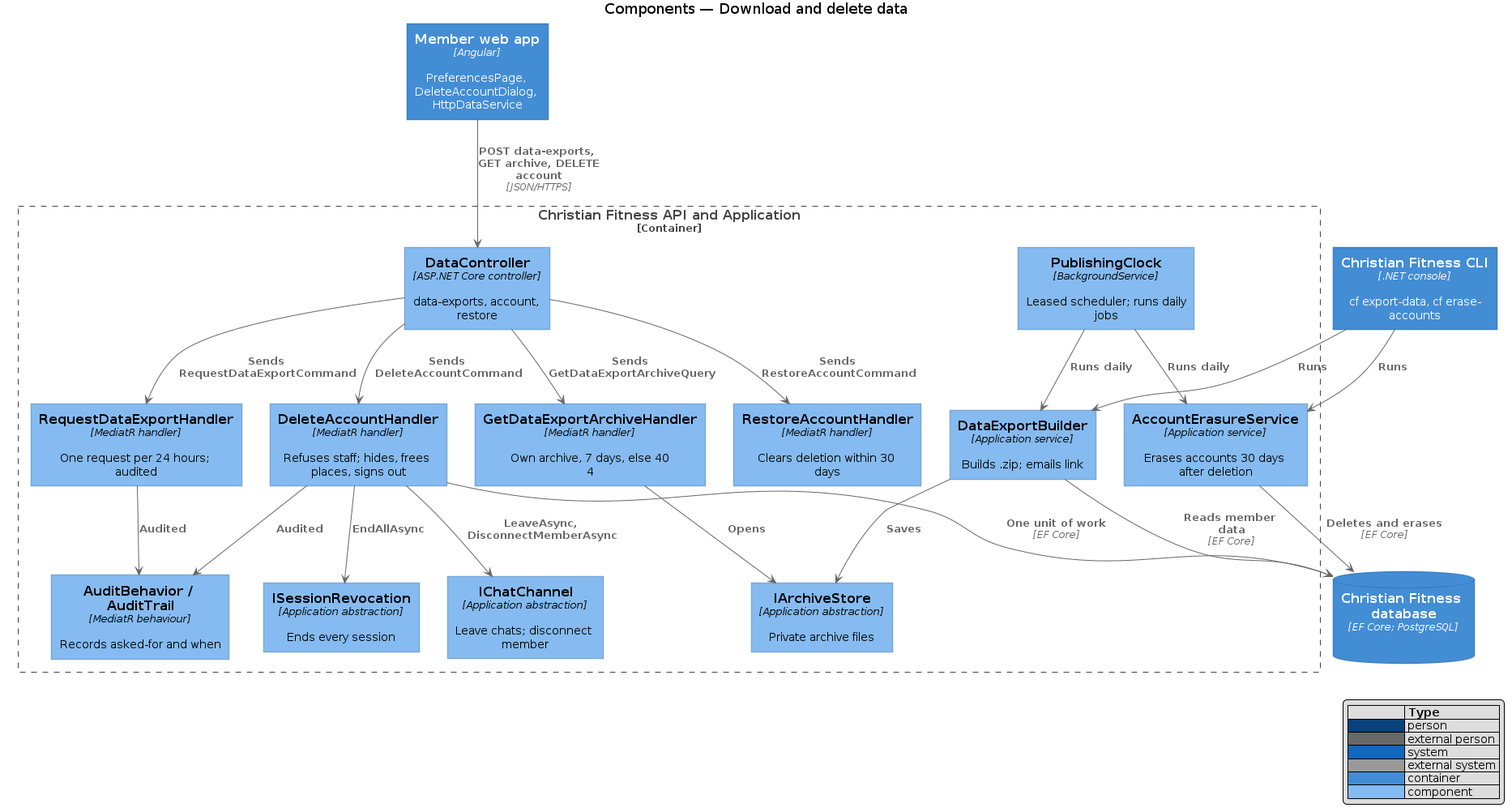
This is docs/detailed-designs/preferences/download-and-delete-data/diagrams/c4-component.png from QuinntyneBrown/christian-fitness, a PlantUML export, as it was before one commit. Its source is kept beside it as docs/detailed-designs/preferences/download-and-delete-data/diagrams/c4-component.puml. Its diagram source:
```plantuml
@startuml
!include <C4/C4_Component>
LAYOUT_WITH_LEGEND()
title Components — Download and delete data

Container(web, "Member web app", "Angular", "PreferencesPage, DeleteAccountDialog, HttpDataService")
Container(cli, "Christian Fitness CLI", ".NET console", "cf export-data, cf erase-accounts")
Container_Boundary(api, "Christian Fitness API and Application") {
  Component(ctrl, "DataController", "ASP.NET Core controller", "data-exports, account, restore")
  Component(req, "RequestDataExportHandler", "MediatR handler", "One request per 24 hours; audited")
  Component(get, "GetDataExportArchiveHandler", "MediatR handler", "Own archive, 7 days, else 404")
  Component(del, "DeleteAccountHandler", "MediatR handler", "Refuses staff; hides, frees places, signs out")
  Component(restore, "RestoreAccountHandler", "MediatR handler", "Clears deletion within 30 days")
  Component(clock, "PublishingClock", "BackgroundService", "Leased scheduler; runs daily jobs")
  Component(builder, "DataExportBuilder", "Application service", "Builds .zip; emails link")
  Component(erase, "AccountErasureService", "Application service", "Erases accounts 30 days after deletion")
  Component(audit, "AuditBehavior / AuditTrail", "MediatR behaviour", "Records asked-for and when")
  Component(rev, "ISessionRevocation", "Application abstraction", "Ends every session")
  Component(chat, "IChatChannel", "Application abstraction", "Leave chats; disconnect member")
  Component(store, "IArchiveStore", "Application abstraction", "Private archive files")
}
ContainerDb(db, "Christian Fitness database", "EF Core; PostgreSQL", "")
Rel(web, ctrl, "POST data-exports, GET archive, DELETE account", "JSON/HTTPS")
Rel(ctrl, req, "Sends RequestDataExportCommand")
Rel(ctrl, get, "Sends GetDataExportArchiveQuery")
Rel(ctrl, del, "Sends DeleteAccountCommand")
Rel(ctrl, restore, "Sends RestoreAccountCommand")
Rel(req, audit, "Audited")
Rel(del, audit, "Audited")
Rel(del, rev, "EndAllAsync")
Rel(del, chat, "LeaveAsync, DisconnectMemberAsync")
Rel(get, store, "Opens")
Rel(cli, builder, "Runs")
Rel(cli, erase, "Runs")
Rel(clock, builder, "Runs daily")
Rel(clock, erase, "Runs daily")
Rel(builder, store, "Saves")
Rel(builder, db, "Reads member data", "EF Core")
Rel(erase, db, "Deletes and erases", "EF Core")
Rel(del, db, "One unit of work", "EF Core")
@enduml
```
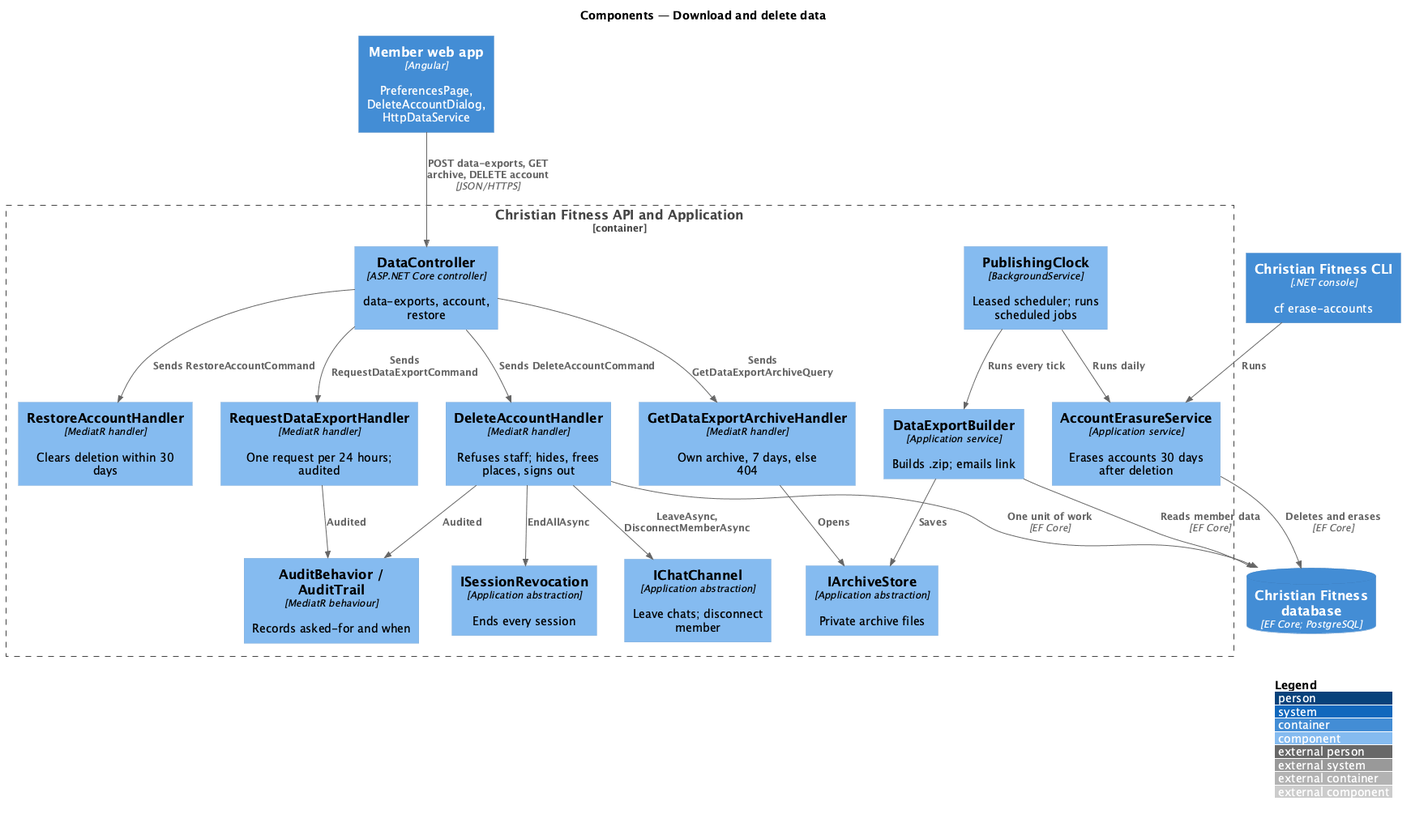
Above is the later version.

The edit, as a diff of the source:
```diff
@@ -4,14 +4,14 @@
 title Components — Download and delete data
 
 Container(web, "Member web app", "Angular", "PreferencesPage, DeleteAccountDialog, HttpDataService")
-Container(cli, "Christian Fitness CLI", ".NET console", "cf export-data, cf erase-accounts")
+Container(cli, "Christian Fitness CLI", ".NET console", "cf erase-accounts")
 Container_Boundary(api, "Christian Fitness API and Application") {
   Component(ctrl, "DataController", "ASP.NET Core controller", "data-exports, account, restore")
   Component(req, "RequestDataExportHandler", "MediatR handler", "One request per 24 hours; audited")
   Component(get, "GetDataExportArchiveHandler", "MediatR handler", "Own archive, 7 days, else 404")
   Component(del, "DeleteAccountHandler", "MediatR handler", "Refuses staff; hides, frees places, signs out")
   Component(restore, "RestoreAccountHandler", "MediatR handler", "Clears deletion within 30 days")
-  Component(clock, "PublishingClock", "BackgroundService", "Leased scheduler; runs daily jobs")
+  Component(clock, "PublishingClock", "BackgroundService", "Leased scheduler; runs scheduled jobs")
   Component(builder, "DataExportBuilder", "Application service", "Builds .zip; emails link")
   Component(erase, "AccountErasureService", "Application service", "Erases accounts 30 days after deletion")
   Component(audit, "AuditBehavior / AuditTrail", "MediatR behaviour", "Records asked-for and when")
@@ -30,9 +30,8 @@
 Rel(del, rev, "EndAllAsync")
 Rel(del, chat, "LeaveAsync, DisconnectMemberAsync")
 Rel(get, store, "Opens")
-Rel(cli, builder, "Runs")
 Rel(cli, erase, "Runs")
-Rel(clock, builder, "Runs daily")
+Rel(clock, builder, "Runs every tick")
 Rel(clock, erase, "Runs daily")
 Rel(builder, store, "Saves")
 Rel(builder, db, "Reads member data", "EF Core")
```
